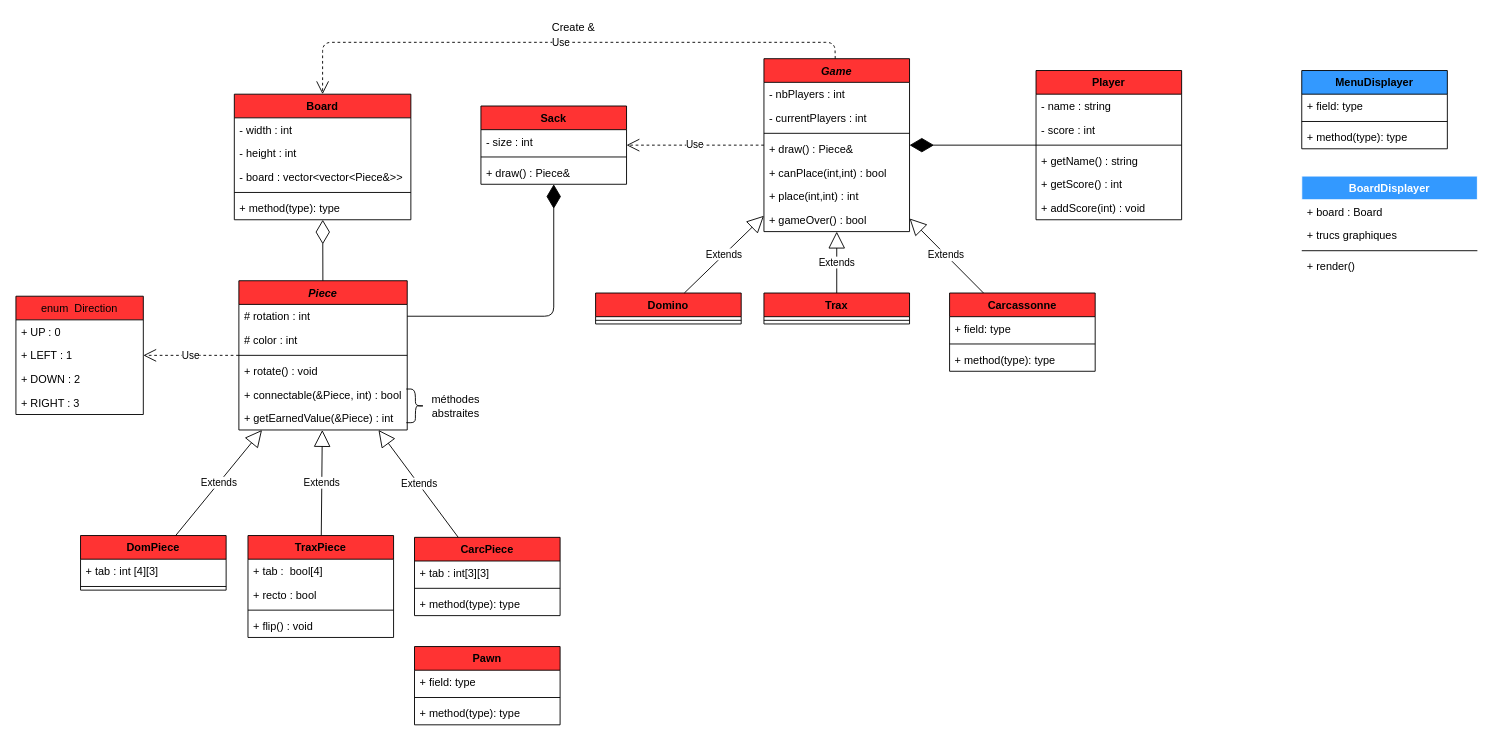
This is diagram.drawio from Yoanouille/DTC, a draw.io file, before an edit. Source tidied: cells renumbered, new cells numbered last; positions are measured from the earlier drawing's top-left corner, leaving out a move shared by most shapes. Both pictures are drawn from the tidied source at 91%, with x=0, y=0 at pixel (15, 15).
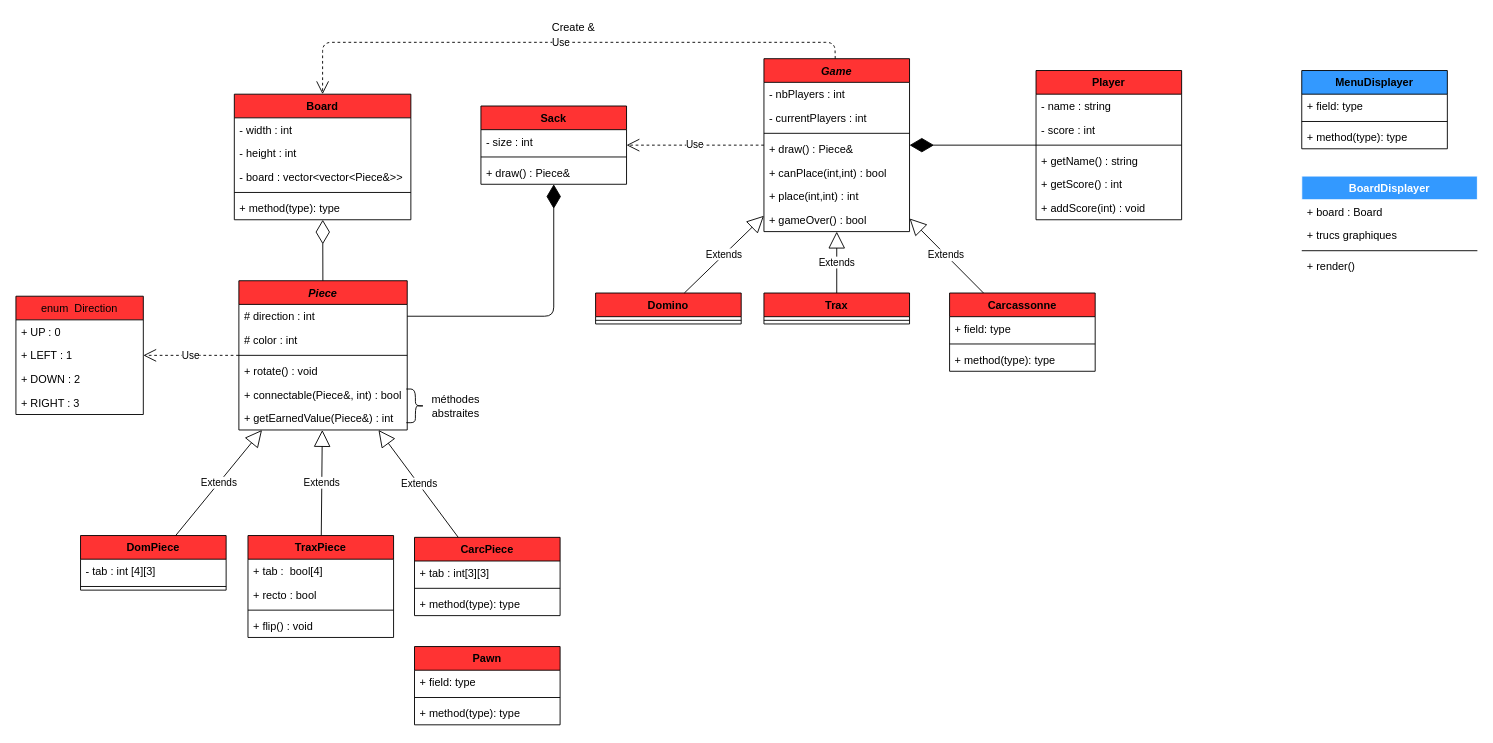
The same diagram, later.

Commit message (it also covers changes not shown here):
Implemented Piece and DomPiece (tests incoming)

Unchanged cells that the change refers to:
```xml
<mxCell id="2" value="DomPiece" style="swimlane;fontStyle=1;align=center;verticalAlign=top;horizontal=1;startSize=26;fillColor=#FF3333;" parent="1" vertex="1">
  <mxGeometry x="71" y="571" width="160" height="60" as="geometry" />
</mxCell>
<mxCell id="5" value="Piece" style="swimlane;fontStyle=3;align=center;verticalAlign=top;horizontal=1;startSize=26;fillColor=#FF3333;" parent="1" vertex="1">
  <mxGeometry x="245" y="291" width="185" height="164" as="geometry" />
</mxCell>
```

Diff of the diagram source:
```diff
@@
-    <mxCell id="3" value="+ tab : int [4][3]" style="text;strokeColor=none;fillColor=none;align=left;verticalAlign=top;spacingLeft=4;spacingRight=4;overflow=hidden;" parent="2" vertex="1">
+    <mxCell id="3" value="- tab : int [4][3]" style="text;strokeColor=none;fillColor=none;align=left;verticalAlign=top;spacingLeft=4;spacingRight=4;overflow=hidden;" parent="2" vertex="1">
       <mxGeometry y="26" width="160" height="26" as="geometry" />
     </mxCell>
@@
-    <mxCell id="6" value="# rotation : int" style="text;strokeColor=none;fillColor=none;align=left;verticalAlign=top;spacingLeft=4;spacingRight=4;overflow=hidden;points=[[0,0.5],[1,0.5]];portConstraint=eastwest;" parent="5" vertex="1">
+    <mxCell id="6" value="# direction : int" style="text;strokeColor=none;fillColor=none;align=left;verticalAlign=top;spacingLeft=4;spacingRight=4;overflow=hidden;points=[[0,0.5],[1,0.5]];portConstraint=eastwest;" parent="5" vertex="1">
       <mxGeometry y="26" width="185" height="26" as="geometry" />
     </mxCell>
@@
-    <mxCell id="10" value="+ connectable(&amp;Piece, int) : bool " style="text;strokeColor=none;fillColor=none;align=left;verticalAlign=top;spacingLeft=4;spacingRight=4;overflow=hidden;" parent="5" vertex="1">
+    <mxCell id="10" value="+ connectable(Piece&amp;, int) : bool " style="text;strokeColor=none;fillColor=none;align=left;verticalAlign=top;spacingLeft=4;spacingRight=4;overflow=hidden;" parent="5" vertex="1">
       <mxGeometry y="112" width="185" height="26" as="geometry" />
     </mxCell>
-    <mxCell id="11" value="+ getEarnedValue(&amp;Piece) : int" style="text;strokeColor=none;fillColor=none;align=left;verticalAlign=top;spacingLeft=4;spacingRight=4;overflow=hidden;" parent="5" vertex="1">
+    <mxCell id="11" value="+ getEarnedValue(Piece&amp;) : int" style="text;strokeColor=none;fillColor=none;align=left;verticalAlign=top;spacingLeft=4;spacingRight=4;overflow=hidden;" parent="5" vertex="1">
       <mxGeometry y="138" width="185" height="26" as="geometry" />
     </mxCell>
```
